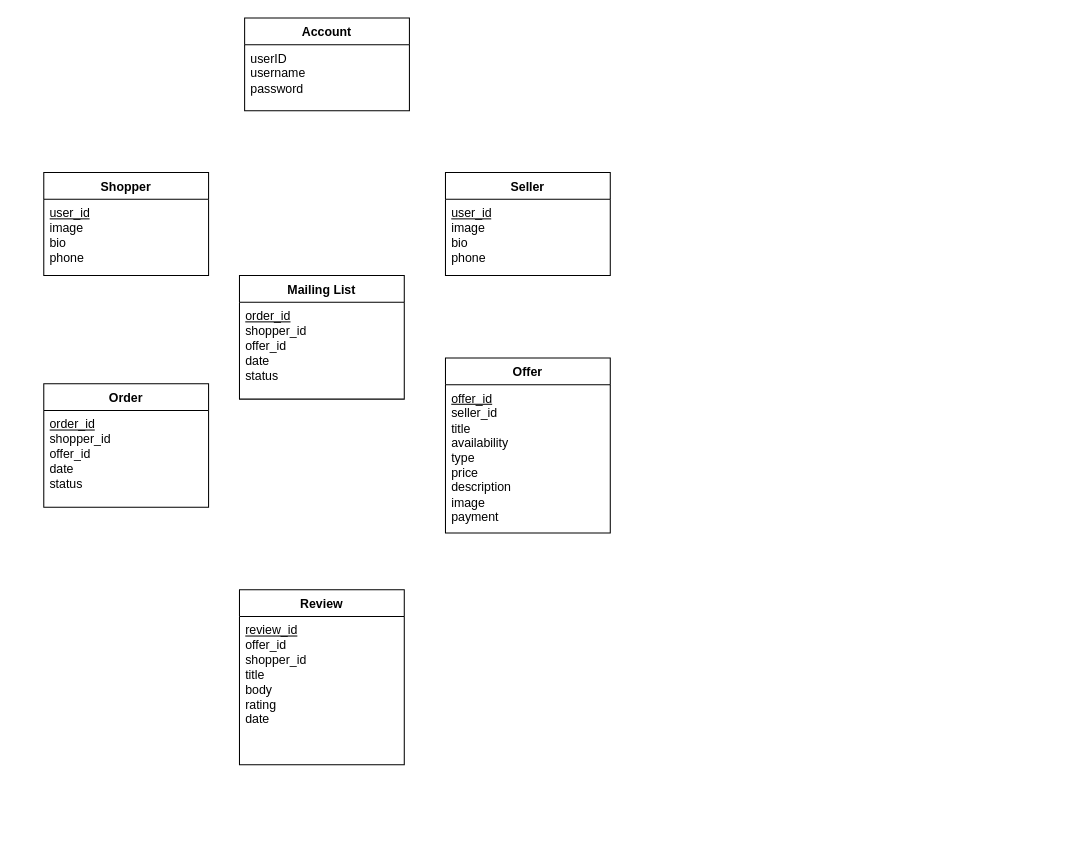
This is doc/object-oriented-design/SpartansListUMLDiagram.drawio from wilsonality/f25-team2, a draw.io file, before an edit. Source tidied: cells renumbered, new cells numbered last; positions are measured from the earlier drawing's top-left corner, leaving out a move shared by most shapes. Both pictures are drawn from the tidied source at 103%, with x=0, y=0 at pixel (43, 18).
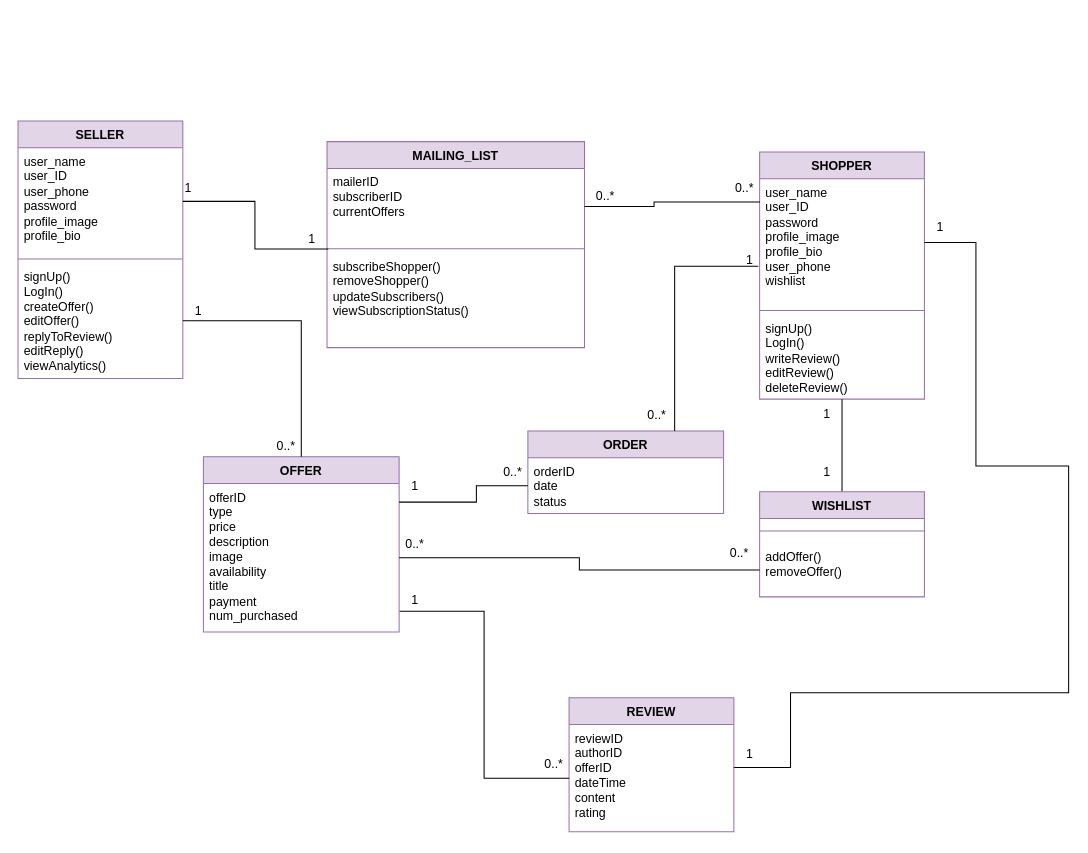
After the change.

Commit message (it also covers changes not shown here):
added class diagram

Change to the diagram source:
```diff
@@
-    <mxCell id="0" />
-    <mxCell id="1" parent="0" />
-    <mxCell id="2" value="Seller" style="swimlane;fontStyle=1;align=center;verticalAlign=top;horizontal=1;startSize=26;whiteSpace=wrap;html=1;" parent="1" vertex="1">
-      <mxGeometry x="390" y="150" width="160" height="100" as="geometry" />
-    </mxCell>
-    <mxCell id="3" value="&lt;u&gt;user_id&lt;/u&gt;&lt;br&gt;&lt;div&gt;image&lt;/div&gt;&lt;div&gt;bio&lt;/div&gt;&lt;div&gt;phone&lt;/div&gt;" style="text;strokeColor=none;fillColor=none;align=left;verticalAlign=top;spacingLeft=4;spacingRight=4;overflow=hidden;whiteSpace=wrap;html=1;" parent="2" vertex="1">
-      <mxGeometry y="26" width="160" height="74" as="geometry" />
-    </mxCell>
-    <mxCell id="4" value="Shopper" style="swimlane;fontStyle=1;align=center;verticalAlign=top;horizontal=1;startSize=26;whiteSpace=wrap;html=1;" parent="1" vertex="1">
-      <mxGeometry y="150" width="160" height="100" as="geometry" />
-    </mxCell>
-    <mxCell id="5" value="&lt;u&gt;user_id&lt;/u&gt;&lt;br&gt;&lt;div&gt;image&lt;/div&gt;&lt;div&gt;bio&lt;/div&gt;&lt;div&gt;phone&lt;/div&gt;" style="text;strokeColor=none;fillColor=none;align=left;verticalAlign=top;spacingLeft=4;spacingRight=4;overflow=hidden;whiteSpace=wrap;html=1;" parent="4" vertex="1">
-      <mxGeometry y="26" width="160" height="74" as="geometry" />
-    </mxCell>
-    <mxCell id="6" value="Offer" style="swimlane;fontStyle=1;align=center;verticalAlign=top;horizontal=1;startSize=26;whiteSpace=wrap;html=1;" parent="1" vertex="1">
-      <mxGeometry x="390" y="330" width="160" height="170" as="geometry" />
-    </mxCell>
-    <mxCell id="7" value="&lt;u&gt;offer_id&lt;/u&gt;&lt;div&gt;seller_id&lt;/div&gt;&lt;div&gt;title&lt;/div&gt;&lt;div&gt;availability&lt;/div&gt;&lt;div&gt;type&lt;/div&gt;&lt;div&gt;price&lt;/div&gt;&lt;div&gt;description&lt;/div&gt;&lt;div&gt;image&lt;/div&gt;&lt;div&gt;payment&lt;/div&gt;" style="text;strokeColor=none;fillColor=none;align=left;verticalAlign=top;spacingLeft=4;spacingRight=4;overflow=hidden;whiteSpace=wrap;html=1;" parent="6" vertex="1">
-      <mxGeometry y="26" width="160" height="144" as="geometry" />
-    </mxCell>
-    <mxCell id="8" value="Account" style="swimlane;fontStyle=1;align=center;verticalAlign=top;horizontal=1;startSize=26;whiteSpace=wrap;html=1;" parent="1" vertex="1">
-      <mxGeometry x="195" width="160" height="90" as="geometry" />
-    </mxCell>
-    <mxCell id="9" value="userID&lt;div&gt;username&lt;/div&gt;&lt;div&gt;password&lt;/div&gt;" style="text;strokeColor=none;fillColor=none;align=left;verticalAlign=top;spacingLeft=4;spacingRight=4;overflow=hidden;whiteSpace=wrap;html=1;" parent="8" vertex="1">
-      <mxGeometry y="26" width="160" height="64" as="geometry" />
-    </mxCell>
-    <mxCell id="10" value="Review" style="swimlane;fontStyle=1;align=center;verticalAlign=top;horizontal=1;startSize=26;whiteSpace=wrap;html=1;" parent="1" vertex="1">
-      <mxGeometry x="190" y="555" width="160" height="170" as="geometry" />
-    </mxCell>
-    <mxCell id="11" value="&lt;div&gt;&lt;u&gt;review_id&lt;/u&gt;&lt;/div&gt;offer_id&lt;div&gt;shopper_id&lt;/div&gt;&lt;div&gt;title&lt;/div&gt;&lt;div&gt;body&lt;/div&gt;&lt;div&gt;rating&lt;/div&gt;&lt;div&gt;date&lt;/div&gt;" style="text;strokeColor=none;fillColor=none;align=left;verticalAlign=top;spacingLeft=4;spacingRight=4;overflow=hidden;whiteSpace=wrap;html=1;" parent="10" vertex="1">
-      <mxGeometry y="26" width="160" height="144" as="geometry" />
-    </mxCell>
-    <mxCell id="12" value="Order" style="swimlane;fontStyle=1;align=center;verticalAlign=top;horizontal=1;startSize=26;whiteSpace=wrap;html=1;" parent="1" vertex="1">
-      <mxGeometry y="355" width="160" height="120" as="geometry" />
-    </mxCell>
-    <mxCell id="13" value="&lt;u&gt;order_id&lt;/u&gt;&lt;div&gt;shopper_id&lt;/div&gt;&lt;div&gt;offer_id&lt;/div&gt;&lt;div&gt;date&lt;/div&gt;&lt;div&gt;status&lt;/div&gt;" style="text;strokeColor=none;fillColor=none;align=left;verticalAlign=top;spacingLeft=4;spacingRight=4;overflow=hidden;whiteSpace=wrap;html=1;" parent="12" vertex="1">
-      <mxGeometry y="26" width="160" height="94" as="geometry" />
-    </mxCell>
-    <mxCell id="14" value="Mailing List" style="swimlane;fontStyle=1;align=center;verticalAlign=top;horizontal=1;startSize=26;whiteSpace=wrap;html=1;" parent="1" vertex="1">
-      <mxGeometry x="190" y="250" width="160" height="120" as="geometry" />
-    </mxCell>
-    <mxCell id="15" value="&lt;u&gt;order_id&lt;/u&gt;&lt;div&gt;shopper_id&lt;/div&gt;&lt;div&gt;offer_id&lt;/div&gt;&lt;div&gt;date&lt;/div&gt;&lt;div&gt;status&lt;/div&gt;" style="text;strokeColor=none;fillColor=none;align=left;verticalAlign=top;spacingLeft=4;spacingRight=4;overflow=hidden;whiteSpace=wrap;html=1;" parent="14" vertex="1">
-      <mxGeometry y="26" width="160" height="94" as="geometry" />
-    </mxCell>
+    <mxCell id="16" />
+    <mxCell id="17" parent="16" />
+    <mxCell id="18" value="ORDER" style="swimlane;fontStyle=1;align=center;verticalAlign=top;horizontal=1;startSize=26;whiteSpace=wrap;html=1;fillColor=#e1d5e7;strokeColor=#9673a6;" parent="17" vertex="1">
+      <mxGeometry x="470" y="401" width="190" height="80" as="geometry" />
+    </mxCell>
+    <mxCell id="19" value="&lt;div&gt;orderID&lt;/div&gt;&lt;div&gt;date&lt;/div&gt;&lt;div&gt;status&lt;/div&gt;" style="text;strokeColor=none;fillColor=none;align=left;verticalAlign=top;spacingLeft=4;spacingRight=4;overflow=hidden;points=[[0,0.5],[1,0.5]];portConstraint=eastwest;whiteSpace=wrap;html=1;" parent="18" vertex="1">
+      <mxGeometry y="26" width="190" height="54" as="geometry" />
+    </mxCell>
+    <mxCell id="20" value="SHOPPER" style="swimlane;fontStyle=1;align=center;verticalAlign=top;horizontal=1;startSize=26;whiteSpace=wrap;html=1;fillColor=#e1d5e7;strokeColor=#9673a6;" parent="17" vertex="1">
+      <mxGeometry x="695" y="130" width="160" height="240" as="geometry" />
+    </mxCell>
+    <mxCell id="21" value="user_name&lt;div&gt;user_ID&lt;/div&gt;&lt;div&gt;password&lt;/div&gt;&lt;div&gt;profile_image&lt;/div&gt;&lt;div&gt;profile_bio&lt;/div&gt;&lt;div&gt;user_phone&lt;/div&gt;&lt;div&gt;wishlist&lt;/div&gt;" style="text;strokeColor=none;fillColor=none;align=left;verticalAlign=top;spacingLeft=4;spacingRight=4;overflow=hidden;points=[[0,0.5],[1,0.5]];portConstraint=eastwest;whiteSpace=wrap;html=1;" parent="20" vertex="1">
+      <mxGeometry y="26" width="160" height="124" as="geometry" />
+    </mxCell>
+    <mxCell id="22" style="line;strokeWidth=1;fillColor=none;align=left;verticalAlign=middle;spacingTop=-1;spacingLeft=3;spacingRight=3;labelPosition=right;strokeColor=inherit;" parent="20" vertex="1">
+      <mxGeometry y="150" width="160" height="8" as="geometry" />
+    </mxCell>
+    <mxCell id="23" value="signUp()&lt;div&gt;LogIn()&lt;/div&gt;&lt;div&gt;writeReview()&lt;/div&gt;&lt;div&gt;editReview()&lt;/div&gt;&lt;div&gt;deleteReview()&lt;/div&gt;" style="text;strokeColor=none;fillColor=none;align=left;verticalAlign=top;spacingLeft=4;spacingRight=4;overflow=hidden;whiteSpace=wrap;html=1;" parent="20" vertex="1">
+      <mxGeometry y="158" width="160" height="82" as="geometry" />
+    </mxCell>
+    <mxCell id="24" style="edgeStyle=orthogonalEdgeStyle;rounded=0;jettySize=auto;html=1;entryX=0.5;entryY=1;entryDx=0;entryDy=0;endArrow=none;startFill=0;" parent="17" edge="1" source="25" target="20">
+      <mxGeometry relative="1" as="geometry" />
+    </mxCell>
+    <mxCell id="25" value="WISHLIST" style="swimlane;fontStyle=1;align=center;verticalAlign=top;horizontal=1;startSize=26;whiteSpace=wrap;html=1;fillColor=#e1d5e7;strokeColor=#9673a6;" parent="17" vertex="1">
+      <mxGeometry x="695" y="460" width="160" height="102" as="geometry" />
+    </mxCell>
+    <mxCell id="26" style="line;strokeWidth=1;fillColor=none;align=left;verticalAlign=middle;spacingTop=-1;spacingLeft=3;spacingRight=3;labelPosition=right;strokeColor=inherit;" parent="25" vertex="1">
+      <mxGeometry y="26" width="160" height="24" as="geometry" />
+    </mxCell>
+    <mxCell id="27" value="&lt;div&gt;addOffer()&lt;/div&gt;&lt;div&gt;removeOffer()&lt;/div&gt;" style="text;strokeColor=none;fillColor=none;align=left;verticalAlign=top;spacingLeft=4;spacingRight=4;overflow=hidden;points=[[0,0.5],[1,0.5]];portConstraint=eastwest;whiteSpace=wrap;html=1;" parent="25" vertex="1">
+      <mxGeometry y="50" width="160" height="52" as="geometry" />
+    </mxCell>
+    <mxCell id="28" value="MAILING_LIST" style="swimlane;fontStyle=1;align=center;verticalAlign=top;horizontal=1;startSize=26;whiteSpace=wrap;html=1;fillColor=#e1d5e7;strokeColor=#9673a6;" parent="17" vertex="1">
+      <mxGeometry x="275" y="120" width="250" height="200" as="geometry" />
+    </mxCell>
+    <mxCell id="29" value="mailerID&lt;div&gt;subscriberID&lt;/div&gt;&lt;div&gt;&lt;div&gt;currentOffers&lt;/div&gt;&lt;/div&gt;" style="text;strokeColor=none;fillColor=none;align=left;verticalAlign=top;spacingLeft=4;spacingRight=4;overflow=hidden;points=[[0,0.5],[1,0.5]];portConstraint=eastwest;whiteSpace=wrap;html=1;" parent="28" vertex="1">
+      <mxGeometry y="26" width="250" height="74" as="geometry" />
+    </mxCell>
+    <mxCell id="30" style="line;strokeWidth=1;fillColor=none;align=left;verticalAlign=middle;spacingTop=-1;spacingLeft=3;spacingRight=3;labelPosition=right;strokeColor=inherit;" parent="28" vertex="1">
+      <mxGeometry y="100" width="250" height="8" as="geometry" />
+    </mxCell>
+    <mxCell id="31" value="subscribeShopper()&lt;div&gt;removeShopper()&lt;/div&gt;&lt;div&gt;updateSubscribers()&lt;/div&gt;&lt;div&gt;viewSubscriptionStatus()&lt;/div&gt;" style="text;strokeColor=none;fillColor=none;align=left;verticalAlign=top;spacingLeft=4;spacingRight=4;overflow=hidden;points=[[0,0.5],[1,0.5]];portConstraint=eastwest;whiteSpace=wrap;html=1;" parent="28" vertex="1">
+      <mxGeometry y="108" width="250" height="92" as="geometry" />
+    </mxCell>
+    <mxCell id="32" value="SELLER" style="swimlane;fontStyle=1;align=center;verticalAlign=top;horizontal=1;startSize=26;whiteSpace=wrap;html=1;fillColor=#e1d5e7;strokeColor=#9673a6;" parent="17" vertex="1">
+      <mxGeometry x="-25" y="100" width="160" height="250" as="geometry" />
+    </mxCell>
+    <mxCell id="33" value="user_name&lt;div&gt;user_ID&lt;/div&gt;&lt;div&gt;user_phone&lt;/div&gt;&lt;div&gt;password&lt;/div&gt;&lt;div&gt;profile_image&lt;/div&gt;&lt;div&gt;profile_bio&lt;/div&gt;" style="text;strokeColor=none;fillColor=none;align=left;verticalAlign=top;spacingLeft=4;spacingRight=4;overflow=hidden;points=[[0,0.5],[1,0.5]];portConstraint=eastwest;whiteSpace=wrap;html=1;" parent="32" vertex="1">
+      <mxGeometry y="26" width="160" height="104" as="geometry" />
+    </mxCell>
+    <mxCell id="34" style="line;strokeWidth=1;fillColor=none;align=left;verticalAlign=middle;spacingTop=-1;spacingLeft=3;spacingRight=3;labelPosition=right;strokeColor=inherit;" parent="32" vertex="1">
+      <mxGeometry y="130" width="160" height="8" as="geometry" />
+    </mxCell>
+    <mxCell id="35" value="signUp()&lt;div&gt;LogIn()&lt;/div&gt;&lt;div&gt;createOffer()&lt;/div&gt;&lt;div&gt;editOffer()&lt;/div&gt;&lt;div&gt;replyToReview()&lt;/div&gt;&lt;div&gt;editReply()&lt;/div&gt;&lt;div&gt;viewAnalytics()&lt;/div&gt;" style="text;strokeColor=none;fillColor=none;align=left;verticalAlign=top;spacingLeft=4;spacingRight=4;overflow=hidden;points=[[0,0.5],[1,0.5]];portConstraint=eastwest;whiteSpace=wrap;html=1;" parent="32" vertex="1">
+      <mxGeometry y="138" width="160" height="112" as="geometry" />
+    </mxCell>
+    <mxCell id="36" style="edgeStyle=orthogonalEdgeStyle;rounded=0;jettySize=auto;html=1;entryX=1;entryY=0.5;entryDx=0;entryDy=0;exitX=0.997;exitY=0.401;exitDx=0;exitDy=0;exitPerimeter=0;endArrow=none;startFill=0;" parent="17" edge="1" source="38" target="21">
+      <mxGeometry relative="1" as="geometry">
+        <Array as="points">
+          <mxPoint x="725" y="728" />
+          <mxPoint x="725" y="655" />
+          <mxPoint x="995" y="655" />
+          <mxPoint x="995" y="435" />
+          <mxPoint x="905" y="435" />
+          <mxPoint x="905" y="218" />
+        </Array>
+      </mxGeometry>
+    </mxCell>
+    <mxCell id="37" value="REVIEW" style="swimlane;fontStyle=1;align=center;verticalAlign=top;horizontal=1;startSize=26;whiteSpace=wrap;html=1;fillColor=#e1d5e7;strokeColor=#9673a6;" parent="17" vertex="1">
+      <mxGeometry x="510" y="660" width="160" height="130" as="geometry" />
+    </mxCell>
+    <mxCell id="38" value="reviewID&lt;div&gt;authorID&lt;br&gt;&lt;/div&gt;&lt;div&gt;offerID&lt;/div&gt;&lt;div&gt;dateTime&lt;/div&gt;&lt;div&gt;content&lt;/div&gt;&lt;div&gt;rating&lt;/div&gt;" style="text;strokeColor=none;fillColor=none;align=left;verticalAlign=top;spacingLeft=4;spacingRight=4;overflow=hidden;points=[[0,0.5],[1,0.5]];portConstraint=eastwest;whiteSpace=wrap;html=1;" parent="37" vertex="1">
+      <mxGeometry y="26" width="160" height="104" as="geometry" />
+    </mxCell>
+    <mxCell id="39" value="OFFER" style="swimlane;fontStyle=1;align=center;verticalAlign=top;horizontal=1;startSize=26;whiteSpace=wrap;html=1;fillColor=#e1d5e7;strokeColor=#9673a6;" parent="17" vertex="1">
+      <mxGeometry x="155" y="426" width="190" height="170" as="geometry" />
+    </mxCell>
+    <mxCell id="40" value="&lt;div&gt;&lt;span style=&quot;background-color: transparent; color: light-dark(rgb(0, 0, 0), rgb(255, 255, 255));&quot;&gt;offerID&lt;/span&gt;&lt;/div&gt;&lt;div&gt;&lt;span style=&quot;background-color: transparent; color: light-dark(rgb(0, 0, 0), rgb(255, 255, 255));&quot;&gt;type&lt;/span&gt;&lt;/div&gt;&lt;div&gt;price&lt;/div&gt;&lt;div&gt;description&lt;/div&gt;&lt;div&gt;image&lt;/div&gt;&lt;div&gt;availability&lt;/div&gt;&lt;div&gt;title&lt;/div&gt;&lt;div&gt;payment&lt;/div&gt;&lt;div&gt;num_purchased&lt;/div&gt;" style="text;strokeColor=none;fillColor=none;align=left;verticalAlign=top;spacingLeft=4;spacingRight=4;overflow=hidden;points=[[0,0.5],[1,0.5]];portConstraint=eastwest;whiteSpace=wrap;html=1;" parent="39" vertex="1">
+      <mxGeometry y="26" width="190" height="144" as="geometry" />
+    </mxCell>
+    <mxCell id="41" style="edgeStyle=orthogonalEdgeStyle;rounded=0;jettySize=auto;html=1;entryX=0.005;entryY=-0.04;entryDx=0;entryDy=0;entryPerimeter=0;strokeColor=default;endArrow=none;startFill=0;" parent="17" edge="1" source="33" target="31">
+      <mxGeometry relative="1" as="geometry" />
+    </mxCell>
+    <mxCell id="42" style="edgeStyle=orthogonalEdgeStyle;rounded=0;jettySize=auto;html=1;endArrow=none;startFill=0;entryX=0.885;entryY=0.956;entryDx=0;entryDy=0;entryPerimeter=0;" parent="17" edge="1" source="29" target="44">
+      <mxGeometry relative="1" as="geometry" />
+    </mxCell>
+    <mxCell id="43" value="0..*" style="text;html=1;align=center;verticalAlign=middle;strokeColor=none;fillColor=none;" parent="17" vertex="1">
+      <mxGeometry x="525" y="158" width="40" height="30" as="geometry" />
+    </mxCell>
+    <mxCell id="44" value="0..*" style="text;html=1;align=center;verticalAlign=middle;points=[];strokeColor=none;fillColor=none;" parent="17" vertex="1">
+      <mxGeometry x="660" y="150" width="40" height="30" as="geometry" />
+    </mxCell>
+    <mxCell id="45" value="1" style="text;html=1;align=center;verticalAlign=middle;strokeColor=none;fillColor=none;" parent="17" vertex="1">
+      <mxGeometry x="245" y="200" width="30" height="30" as="geometry" />
+    </mxCell>
+    <mxCell id="46" value="1" style="text;html=1;align=center;verticalAlign=middle;strokeColor=none;fillColor=none;" parent="17" vertex="1">
+      <mxGeometry x="125" y="150" width="30" height="30" as="geometry" />
+    </mxCell>
+    <mxCell id="47" value="1" style="text;html=1;align=center;verticalAlign=middle;strokeColor=none;fillColor=none;" parent="17" vertex="1">
+      <mxGeometry x="745" y="370" width="30" height="30" as="geometry" />
+    </mxCell>
+    <mxCell id="48" value="1" style="text;html=1;align=center;verticalAlign=middle;strokeColor=none;fillColor=none;" parent="17" vertex="1">
+      <mxGeometry x="745" y="426" width="30" height="30" as="geometry" />
+    </mxCell>
+    <mxCell id="49" style="edgeStyle=orthogonalEdgeStyle;rounded=0;jettySize=auto;html=1;entryX=0;entryY=0.5;entryDx=0;entryDy=0;endArrow=none;startFill=0;exitX=1.003;exitY=0.861;exitDx=0;exitDy=0;exitPerimeter=0;" parent="17" edge="1" source="40" target="38">
+      <mxGeometry relative="1" as="geometry" />
+    </mxCell>
+    <mxCell id="50" style="edgeStyle=orthogonalEdgeStyle;rounded=0;jettySize=auto;html=1;entryX=0;entryY=0.5;entryDx=0;entryDy=0;endArrow=none;startFill=0;" parent="17" edge="1" source="40" target="19">
+      <mxGeometry relative="1" as="geometry">
+        <Array as="points">
+          <mxPoint x="420" y="470" />
+          <mxPoint x="420" y="454" />
+        </Array>
+      </mxGeometry>
+    </mxCell>
+    <mxCell id="51" style="edgeStyle=orthogonalEdgeStyle;rounded=0;jettySize=auto;html=1;exitX=0.75;exitY=0;exitDx=0;exitDy=0;entryX=-0.008;entryY=0.686;entryDx=0;entryDy=0;entryPerimeter=0;endArrow=none;startFill=0;" parent="17" edge="1" source="18" target="21">
+      <mxGeometry relative="1" as="geometry" />
+    </mxCell>
+    <mxCell id="52" value="0..*" style="text;html=1;align=center;verticalAlign=middle;strokeColor=none;fillColor=none;" parent="17" vertex="1">
+      <mxGeometry x="575" y="371" width="40" height="30" as="geometry" />
+    </mxCell>
+    <mxCell id="53" value="1" style="text;html=1;align=center;verticalAlign=middle;strokeColor=none;fillColor=none;" parent="17" vertex="1">
+      <mxGeometry x="670" y="220" width="30" height="30" as="geometry" />
+    </mxCell>
+    <mxCell id="54" style="edgeStyle=orthogonalEdgeStyle;rounded=0;jettySize=auto;html=1;endArrow=none;startFill=0;" parent="17" edge="1" source="35" target="39">
+      <mxGeometry relative="1" as="geometry" />
+    </mxCell>
+    <mxCell id="55" value="1" style="text;html=1;align=center;verticalAlign=middle;strokeColor=none;fillColor=none;" parent="17" vertex="1">
+      <mxGeometry x="135" y="270" width="30" height="30" as="geometry" />
+    </mxCell>
+    <mxCell id="56" value="0..*" style="text;html=1;align=center;verticalAlign=middle;strokeColor=none;fillColor=none;" parent="17" vertex="1">
+      <mxGeometry x="215" y="401" width="40" height="30" as="geometry" />
+    </mxCell>
+    <mxCell id="57" style="edgeStyle=orthogonalEdgeStyle;rounded=0;jettySize=auto;html=1;entryX=0;entryY=0.5;entryDx=0;entryDy=0;endArrow=none;startFill=0;" parent="17" edge="1" source="40" target="27">
+      <mxGeometry relative="1" as="geometry" />
+    </mxCell>
+    <mxCell id="58" value="1" style="text;html=1;align=center;verticalAlign=middle;strokeColor=none;fillColor=none;" parent="17" vertex="1">
+      <mxGeometry x="345" y="550" width="30" height="30" as="geometry" />
+    </mxCell>
+    <mxCell id="59" value="0..*" style="text;html=1;align=center;verticalAlign=middle;strokeColor=none;fillColor=none;" parent="17" vertex="1">
+      <mxGeometry x="475" y="710" width="40" height="30" as="geometry" />
+    </mxCell>
+    <mxCell id="60" value="1" style="text;html=1;align=center;verticalAlign=middle;strokeColor=none;fillColor=none;" parent="17" vertex="1">
+      <mxGeometry x="345" y="440" width="30" height="30" as="geometry" />
+    </mxCell>
+    <mxCell id="61" value="0..*" style="text;html=1;align=center;verticalAlign=middle;strokeColor=none;fillColor=none;" parent="17" vertex="1">
+      <mxGeometry x="435" y="426" width="40" height="30" as="geometry" />
+    </mxCell>
+    <mxCell id="62" value="0..*" style="text;html=1;align=center;verticalAlign=middle;strokeColor=none;fillColor=none;" parent="17" vertex="1">
+      <mxGeometry x="655" y="505" width="40" height="30" as="geometry" />
+    </mxCell>
+    <mxCell id="63" value="0..*" style="text;html=1;align=center;verticalAlign=middle;strokeColor=none;fillColor=none;" parent="17" vertex="1">
+      <mxGeometry x="340" y="496" width="40" height="30" as="geometry" />
+    </mxCell>
+    <mxCell id="64" value="1" style="text;html=1;align=center;verticalAlign=middle;strokeColor=none;fillColor=none;" parent="17" vertex="1">
+      <mxGeometry x="670" y="700" width="30" height="30" as="geometry" />
+    </mxCell>
+    <mxCell id="65" value="1" style="text;html=1;align=center;verticalAlign=middle;strokeColor=none;fillColor=none;" parent="17" vertex="1">
+      <mxGeometry x="855" y="188" width="30" height="30" as="geometry" />
+    </mxCell>
```
